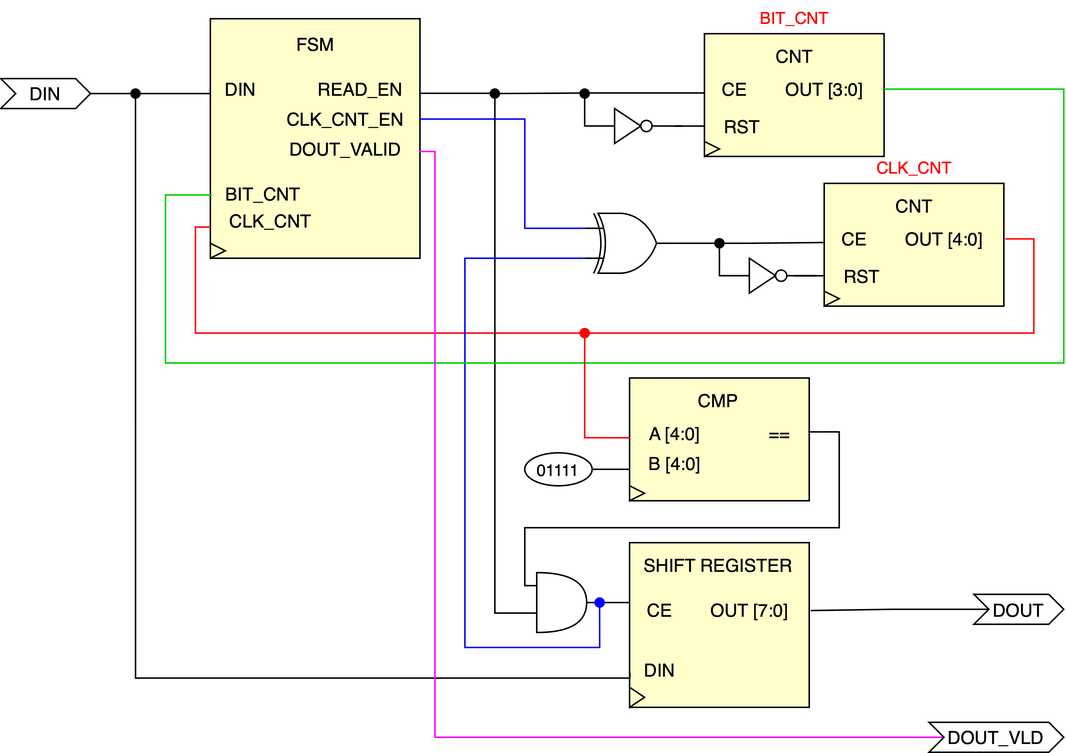
This is Untitled Diagram.drawio.png from ArturSultanov/inc_project, a draw.io export, as it was before one commit. Source tidied: cells renumbered, new cells last; positions are measured from the earlier drawing's top-left corner, leaving out a move shared by most shapes.
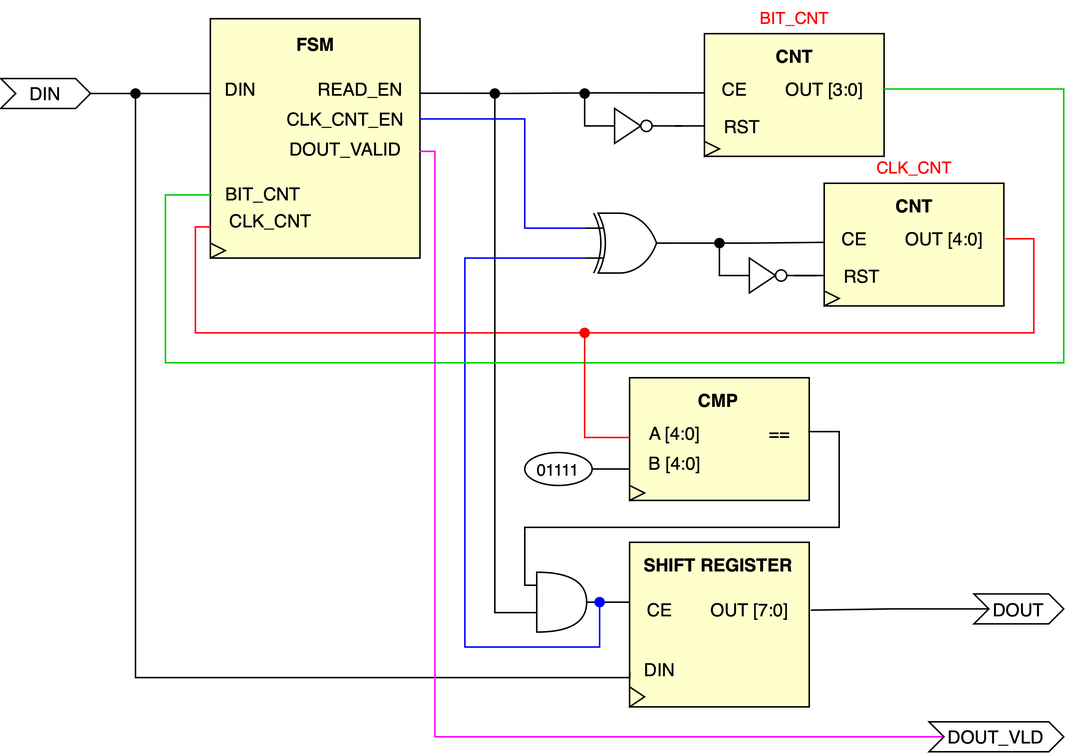
After the commit.

Diff of the diagram source:
```diff
@@ -11,7 +11,7 @@
     <mxCell id="4" style="rounded=0;whiteSpace=wrap;html=1;fillColor=#FFFFCC;" parent="3" vertex="1">
       <mxGeometry x="10" y="-10" width="140" height="160" as="geometry" />
     </mxCell>
-    <mxCell id="5" value="FSM" style="text;html=1;align=center;verticalAlign=middle;strokeColor=none;fillColor=none;" parent="3" vertex="1">
+    <mxCell id="5" value="&lt;b&gt;FSM&lt;/b&gt;" style="text;html=1;align=center;verticalAlign=middle;strokeColor=none;fillColor=none;" parent="3" vertex="1">
       <mxGeometry x="55" y="-8" width="50" height="30" as="geometry" />
     </mxCell>
     <mxCell id="6" value="DIN" style="text;html=1;align=center;verticalAlign=middle;strokeColor=none;fillColor=none;" parent="3" vertex="1">
@@ -68,7 +68,7 @@
     <mxCell id="19" style="rounded=0;whiteSpace=wrap;html=1;fillColor=#FFFFCC;" parent="18" vertex="1">
       <mxGeometry x="10" width="120" height="110" as="geometry" />
     </mxCell>
-    <mxCell id="20" value="SHIFT REGISTER" style="text;html=1;align=center;verticalAlign=middle;strokeColor=none;fillColor=none;" parent="18" vertex="1">
+    <mxCell id="20" value="&lt;b&gt;SHIFT REGISTER&lt;/b&gt;" style="text;html=1;align=center;verticalAlign=middle;strokeColor=none;fillColor=none;" parent="18" vertex="1">
       <mxGeometry x="9" width="120" height="30" as="geometry" />
     </mxCell>
     <mxCell id="21" style="triangle;whiteSpace=wrap;html=1;fillColor=none;" parent="18" vertex="1">
@@ -147,7 +147,7 @@
     <mxCell id="36" value="OUT [3:0]" style="text;html=1;align=center;verticalAlign=middle;points=[];strokeColor=none;fillColor=none;" parent="30" vertex="1">
       <mxGeometry x="50" y="22" width="80" height="30" as="geometry" />
     </mxCell>
-    <mxCell id="37" value="CNT" style="text;html=1;align=center;verticalAlign=middle;strokeColor=none;fillColor=none;" parent="30" vertex="1">
+    <mxCell id="37" value="&lt;b&gt;CNT&lt;/b&gt;" style="text;html=1;align=center;verticalAlign=middle;strokeColor=none;fillColor=none;" parent="30" vertex="1">
       <mxGeometry x="45" width="50" height="30" as="geometry" />
     </mxCell>
     <mxCell id="38" style="edgeStyle=orthogonalEdgeStyle;rounded=0;jettySize=auto;html=1;entryX=0.014;entryY=0.526;entryDx=0;entryDy=0;entryPerimeter=0;endArrow=none;endFill=0;strokeColor=#00CC00;" parent="2" edge="1" source="36" target="11">
@@ -169,7 +169,7 @@
     <mxCell id="41" style="rounded=0;whiteSpace=wrap;html=1;fillColor=#FFFFCC;" parent="40" vertex="1">
       <mxGeometry x="10" width="120" height="82" as="geometry" />
     </mxCell>
-    <mxCell id="42" value="CMP" style="text;html=1;align=center;verticalAlign=middle;strokeColor=none;fillColor=none;" parent="40" vertex="1">
+    <mxCell id="42" value="&lt;b&gt;CMP&lt;/b&gt;" style="text;html=1;align=center;verticalAlign=middle;strokeColor=none;fillColor=none;" parent="40" vertex="1">
       <mxGeometry x="44" width="50" height="30" as="geometry" />
     </mxCell>
     <mxCell id="43" style="triangle;whiteSpace=wrap;html=1;fillColor=none;" parent="40" vertex="1">
@@ -230,7 +230,7 @@
     <mxCell id="60" value="OUT [4:0]" style="text;html=1;align=center;verticalAlign=middle;points=[];strokeColor=none;fillColor=none;" parent="55" vertex="1">
       <mxGeometry x="50" y="22" width="80" height="30" as="geometry" />
     </mxCell>
-    <mxCell id="61" value="CNT" style="text;html=1;align=center;verticalAlign=middle;strokeColor=none;fillColor=none;" parent="55" vertex="1">
+    <mxCell id="61" value="&lt;b&gt;CNT&lt;/b&gt;" style="text;html=1;align=center;verticalAlign=middle;strokeColor=none;fillColor=none;" parent="55" vertex="1">
       <mxGeometry x="45" width="50" height="30" as="geometry" />
     </mxCell>
     <mxCell id="62" style="group;" parent="54" vertex="1">
```
